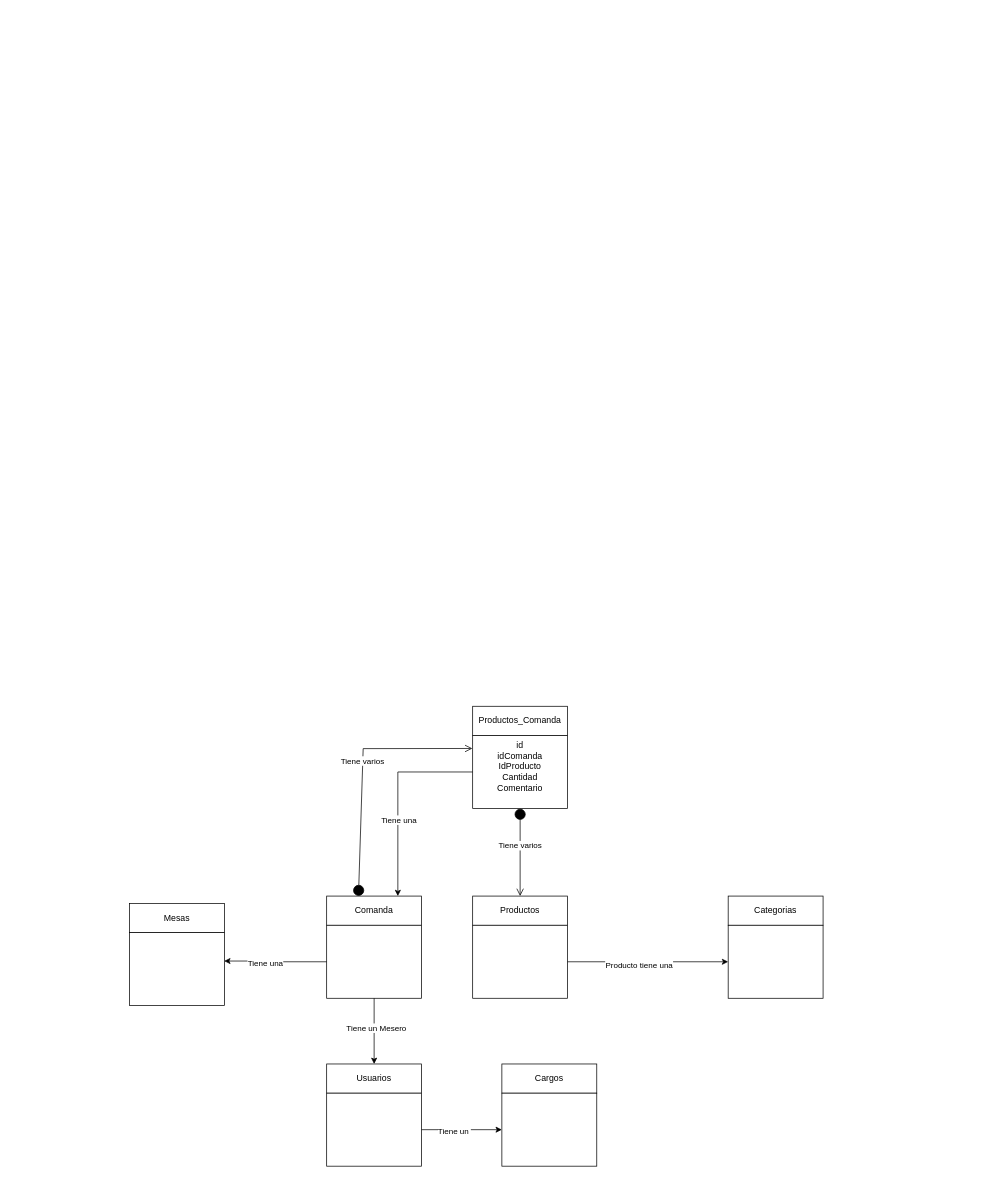
This is comandapp BD.drawio from luigy23/Diagramas-drawio, a draw.io file, before an edit. Source tidied: cells renumbered, new cells numbered last; positions are measured from the earlier drawing's top-left corner, leaving out a move shared by most shapes. Both pictures are drawn from the tidied source at 73%, with x=0, y=0 at pixel (129, 706).
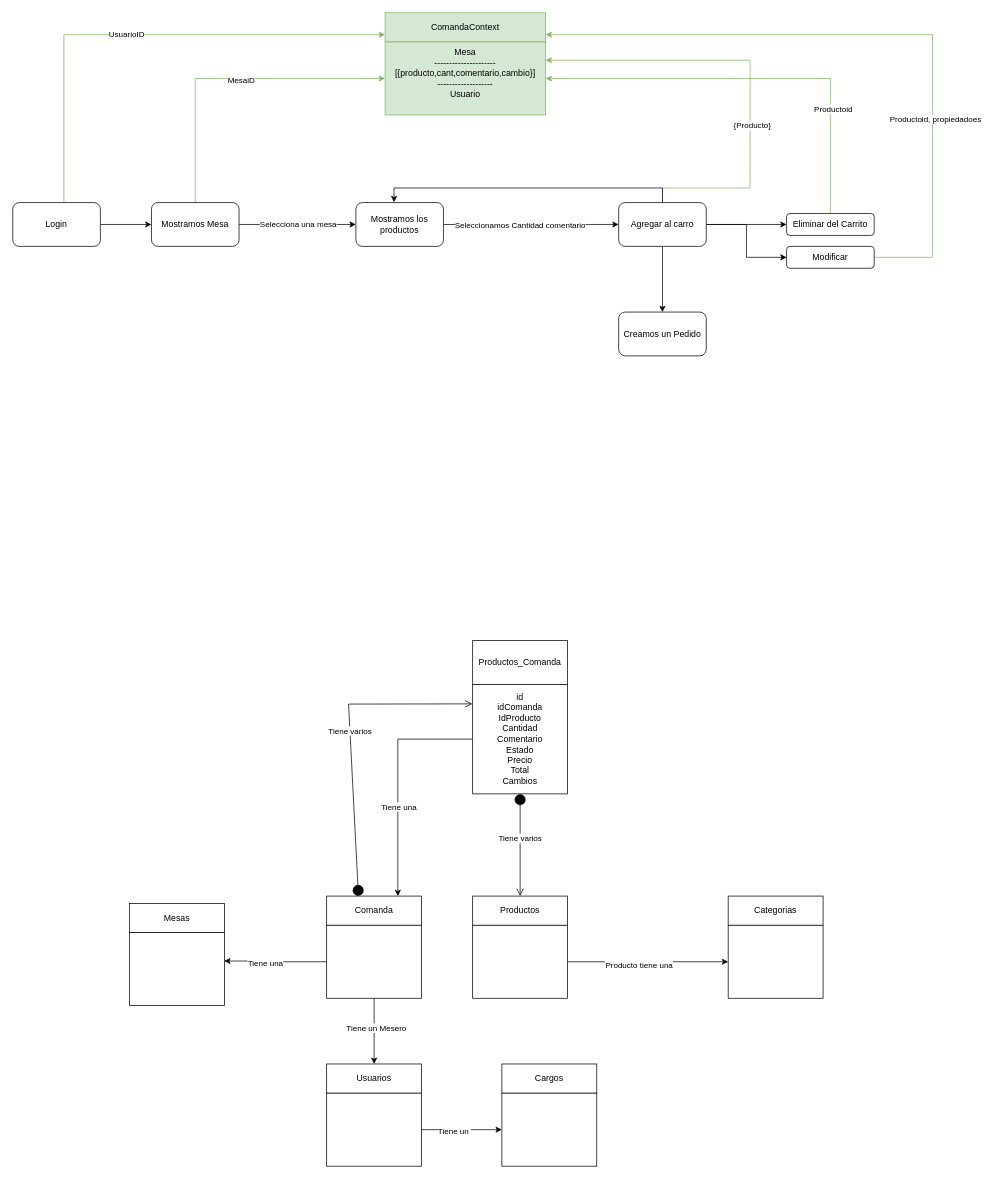
After the change.

Unchanged cells that the change refers to:
```xml
<mxCell id="3" value="Comanda" style="rounded=0;whiteSpace=wrap;html=1;" parent="2" vertex="1">
  <mxGeometry width="130" height="40" as="geometry" />
</mxCell>
```

Change to the diagram source:
```diff
@@
     <mxCell id="17" style="group;" parent="1" vertex="1">
-      <mxGeometry x="470" width="130" height="140" as="geometry" />
+      <mxGeometry x="470" y="-90" width="130" height="210" as="geometry" />
     </mxCell>
     <mxCell id="18" value="Productos_Comanda" style="rounded=0;whiteSpace=wrap;html=1;" parent="17" vertex="1">
-      <mxGeometry width="130" height="40" as="geometry" />
+      <mxGeometry width="130" height="60" as="geometry" />
     </mxCell>
-    <mxCell id="19" value="id&lt;br&gt;idComanda&lt;br&gt;&lt;div&gt;IdProducto&lt;/div&gt;&lt;div&gt;Cantidad&lt;/div&gt;&lt;div&gt;Comentario&lt;/div&gt;&lt;div&gt;&lt;br&gt;&lt;/div&gt;" style="rounded=0;whiteSpace=wrap;html=1;" parent="17" vertex="1">
-      <mxGeometry y="40" width="130" height="100" as="geometry" />
+    <mxCell id="19" value="id&lt;br&gt;idComanda&lt;br&gt;&lt;div&gt;IdProducto&lt;/div&gt;&lt;div&gt;Cantidad&lt;/div&gt;&lt;div&gt;Comentario&lt;/div&gt;&lt;div&gt;Estado&lt;/div&gt;&lt;div&gt;Precio&lt;/div&gt;&lt;div&gt;Total&lt;/div&gt;&lt;div&gt;Cambios&lt;/div&gt;" style="rounded=0;whiteSpace=wrap;html=1;" parent="17" vertex="1">
+      <mxGeometry y="60" width="130" height="150" as="geometry" />
     </mxCell>
@@
     <mxCell id="26" value="Tiene varios" style="html=1;verticalAlign=bottom;startArrow=circle;startFill=1;endArrow=open;startSize=6;endSize=8;curved=0;rounded=0;exitX=0.335;exitY=0.005;exitDx=0;exitDy=0;entryX=-0.003;entryY=0.178;entryDx=0;entryDy=0;exitPerimeter=0;entryPerimeter=0;" parent="1" edge="1" source="3" target="19">
       <mxGeometry relative="1" as="geometry">
         <Array as="points">
-          <mxPoint x="320" y="58" />
+          <mxPoint x="300" y="-3" />
         </Array>
       </mxGeometry>
     </mxCell>
@@
+    <mxCell id="35" style="edgeStyle=orthogonalEdgeStyle;rounded=0;jettySize=auto;html=1;" parent="1" edge="1" source="37" target="48">
+      <mxGeometry relative="1" as="geometry" />
+    </mxCell>
+    <mxCell id="36" value="&lt;div&gt;Seleccionamos Cantidad comentario&lt;/div&gt;" style="edgeLabel;html=1;align=center;verticalAlign=middle;" parent="35" vertex="1">
+      <mxGeometry x="-0.61" y="-1" relative="1" as="geometry">
+        <mxPoint x="57" y="-1" as="offset" />
+      </mxGeometry>
+    </mxCell>
+    <mxCell id="37" value="Mostramos los productos" style="rounded=1;whiteSpace=wrap;html=1;" parent="1" vertex="1">
+      <mxGeometry x="310" y="-690" width="120" height="60" as="geometry" />
+    </mxCell>
+    <mxCell id="38" style="edgeStyle=orthogonalEdgeStyle;rounded=0;jettySize=auto;html=1;entryX=0;entryY=0.5;entryDx=0;entryDy=0;" parent="1" edge="1" source="42" target="37">
+      <mxGeometry relative="1" as="geometry" />
+    </mxCell>
+    <mxCell id="39" value="Selecciona una mesa" style="edgeLabel;html=1;align=center;verticalAlign=middle;" parent="38" vertex="1">
+      <mxGeometry y="1" relative="1" as="geometry" />
+    </mxCell>
+    <mxCell id="40" style="edgeStyle=orthogonalEdgeStyle;rounded=0;jettySize=auto;html=1;entryX=0;entryY=0.5;entryDx=0;entryDy=0;fillColor=#d5e8d4;strokeColor=#82b366;" parent="1" edge="1" source="42" target="52">
+      <mxGeometry relative="1" as="geometry">
+        <Array as="points">
+          <mxPoint x="90" y="-860" />
+        </Array>
+      </mxGeometry>
+    </mxCell>
+    <mxCell id="41" value="MesaiD" style="edgeLabel;html=1;align=center;verticalAlign=middle;" parent="40" vertex="1">
+      <mxGeometry x="0.08" y="-2" relative="1" as="geometry" />
+    </mxCell>
+    <mxCell id="42" value="Mostramos Mesa" style="rounded=1;whiteSpace=wrap;html=1;" parent="1" vertex="1">
+      <mxGeometry x="30" y="-690" width="120" height="60" as="geometry" />
+    </mxCell>
+    <mxCell id="43" style="edgeStyle=orthogonalEdgeStyle;rounded=0;jettySize=auto;html=1;" parent="1" edge="1" source="48" target="49">
+      <mxGeometry relative="1" as="geometry" />
+    </mxCell>
+    <mxCell id="44" style="edgeStyle=orthogonalEdgeStyle;rounded=0;jettySize=auto;html=1;entryX=1;entryY=0.25;entryDx=0;entryDy=0;fillColor=#d5e8d4;strokeColor=#82b366;exitX=0.5;exitY=0;exitDx=0;exitDy=0;" parent="1" edge="1" source="48" target="52">
+      <mxGeometry relative="1" as="geometry">
+        <Array as="points">
+          <mxPoint x="730" y="-710" />
+          <mxPoint x="850" y="-710" />
+          <mxPoint x="850" y="-885" />
+        </Array>
+      </mxGeometry>
+    </mxCell>
+    <mxCell id="45" value="{Producto}" style="edgeLabel;html=1;align=center;verticalAlign=middle;" parent="44" vertex="1">
+      <mxGeometry x="-0.24" y="-2" relative="1" as="geometry" />
+    </mxCell>
+    <mxCell id="46" style="edgeStyle=orthogonalEdgeStyle;rounded=0;jettySize=auto;html=1;exitX=1;exitY=0.5;exitDx=0;exitDy=0;" parent="1" edge="1" source="48" target="59">
+      <mxGeometry relative="1" as="geometry" />
+    </mxCell>
+    <mxCell id="47" style="edgeStyle=orthogonalEdgeStyle;rounded=0;jettySize=auto;html=1;exitX=1;exitY=0.5;exitDx=0;exitDy=0;entryX=0;entryY=0.5;entryDx=0;entryDy=0;" parent="1" edge="1" source="48" target="63">
+      <mxGeometry relative="1" as="geometry" />
+    </mxCell>
+    <mxCell id="48" value="Agregar al carro" style="whiteSpace=wrap;html=1;rounded=1;" parent="1" vertex="1">
+      <mxGeometry x="670" y="-690" width="120" height="60" as="geometry" />
+    </mxCell>
+    <mxCell id="49" value="Creamos un Pedido" style="whiteSpace=wrap;html=1;rounded=1;" parent="1" vertex="1">
+      <mxGeometry x="670" y="-540" width="120" height="60" as="geometry" />
+    </mxCell>
+    <mxCell id="50" style="group;" parent="1" vertex="1">
+      <mxGeometry x="350" y="-950" width="220" height="140" as="geometry" />
+    </mxCell>
+    <mxCell id="51" value="ComandaContext" style="rounded=0;whiteSpace=wrap;html=1;fillColor=#d5e8d4;strokeColor=#82b366;" parent="50" vertex="1">
+      <mxGeometry width="220" height="40" as="geometry" />
+    </mxCell>
+    <mxCell id="52" value="Mesa&lt;div&gt;---------------------&lt;/div&gt;&lt;div&gt;[{producto,cant,comentario,cambio}]&lt;/div&gt;&lt;div&gt;-------------------&lt;/div&gt;&lt;div&gt;Usuario&lt;/div&gt;&lt;div&gt;&lt;br&gt;&lt;/div&gt;" style="rounded=0;whiteSpace=wrap;html=1;fillColor=#d5e8d4;strokeColor=#82b366;" parent="50" vertex="1">
+      <mxGeometry y="40" width="220" height="100" as="geometry" />
+    </mxCell>
+    <mxCell id="53" style="edgeStyle=orthogonalEdgeStyle;rounded=0;jettySize=auto;html=1;entryX=0;entryY=0.75;entryDx=0;entryDy=0;fillColor=#d5e8d4;strokeColor=#82b366;" parent="1" edge="1" source="56" target="51">
+      <mxGeometry relative="1" as="geometry">
+        <Array as="points">
+          <mxPoint x="-90" y="-920" />
+        </Array>
+      </mxGeometry>
+    </mxCell>
+    <mxCell id="54" value="UsuarioID" style="edgeLabel;html=1;align=center;verticalAlign=middle;" parent="53" vertex="1">
+      <mxGeometry x="-0.06" y="1" relative="1" as="geometry" />
+    </mxCell>
+    <mxCell id="55" style="edgeStyle=orthogonalEdgeStyle;rounded=0;jettySize=auto;html=1;exitX=1;exitY=0.5;exitDx=0;exitDy=0;entryX=0;entryY=0.5;entryDx=0;entryDy=0;" parent="1" edge="1" source="56" target="42">
+      <mxGeometry relative="1" as="geometry" />
+    </mxCell>
+    <mxCell id="56" value="Login" style="rounded=1;whiteSpace=wrap;html=1;" parent="1" vertex="1">
+      <mxGeometry x="-160" y="-690" width="120" height="60" as="geometry" />
+    </mxCell>
+    <mxCell id="57" style="edgeStyle=orthogonalEdgeStyle;rounded=0;jettySize=auto;html=1;entryX=1;entryY=0.5;entryDx=0;entryDy=0;fillColor=#d5e8d4;strokeColor=#82b366;" parent="1" edge="1" source="59" target="52">
+      <mxGeometry relative="1" as="geometry">
+        <Array as="points">
+          <mxPoint x="960" y="-860" />
+        </Array>
+      </mxGeometry>
+    </mxCell>
+    <mxCell id="58" value="Productoid" style="edgeLabel;html=1;align=center;verticalAlign=middle;" parent="57" vertex="1">
+      <mxGeometry x="-0.5" y="-3" relative="1" as="geometry" />
+    </mxCell>
+    <mxCell id="59" value="Eliminar del Carrito" style="whiteSpace=wrap;html=1;rounded=1;" parent="1" vertex="1">
+      <mxGeometry x="900" y="-675" width="120" height="30" as="geometry" />
+    </mxCell>
+    <mxCell id="60" style="edgeStyle=orthogonalEdgeStyle;rounded=0;jettySize=auto;html=1;exitX=0.5;exitY=0;exitDx=0;exitDy=0;entryX=0.436;entryY=-0.008;entryDx=0;entryDy=0;entryPerimeter=0;" parent="1" edge="1" source="48" target="37">
+      <mxGeometry relative="1" as="geometry" />
+    </mxCell>
+    <mxCell id="61" style="edgeStyle=orthogonalEdgeStyle;rounded=0;jettySize=auto;html=1;entryX=1;entryY=0.75;entryDx=0;entryDy=0;fillColor=#d5e8d4;strokeColor=#82b366;" parent="1" edge="1" source="63" target="51">
+      <mxGeometry relative="1" as="geometry">
+        <Array as="points">
+          <mxPoint x="1100" y="-615" />
+          <mxPoint x="1100" y="-920" />
+        </Array>
+      </mxGeometry>
+    </mxCell>
+    <mxCell id="62" value="Productoid, propiedadoes" style="edgeLabel;html=1;align=center;verticalAlign=middle;" parent="61" vertex="1">
+      <mxGeometry x="-0.41" y="-3" relative="1" as="geometry" />
+    </mxCell>
+    <mxCell id="63" value="Modificar" style="whiteSpace=wrap;html=1;rounded=1;" parent="1" vertex="1">
+      <mxGeometry x="900" y="-630" width="120" height="30" as="geometry" />
+    </mxCell>
```
